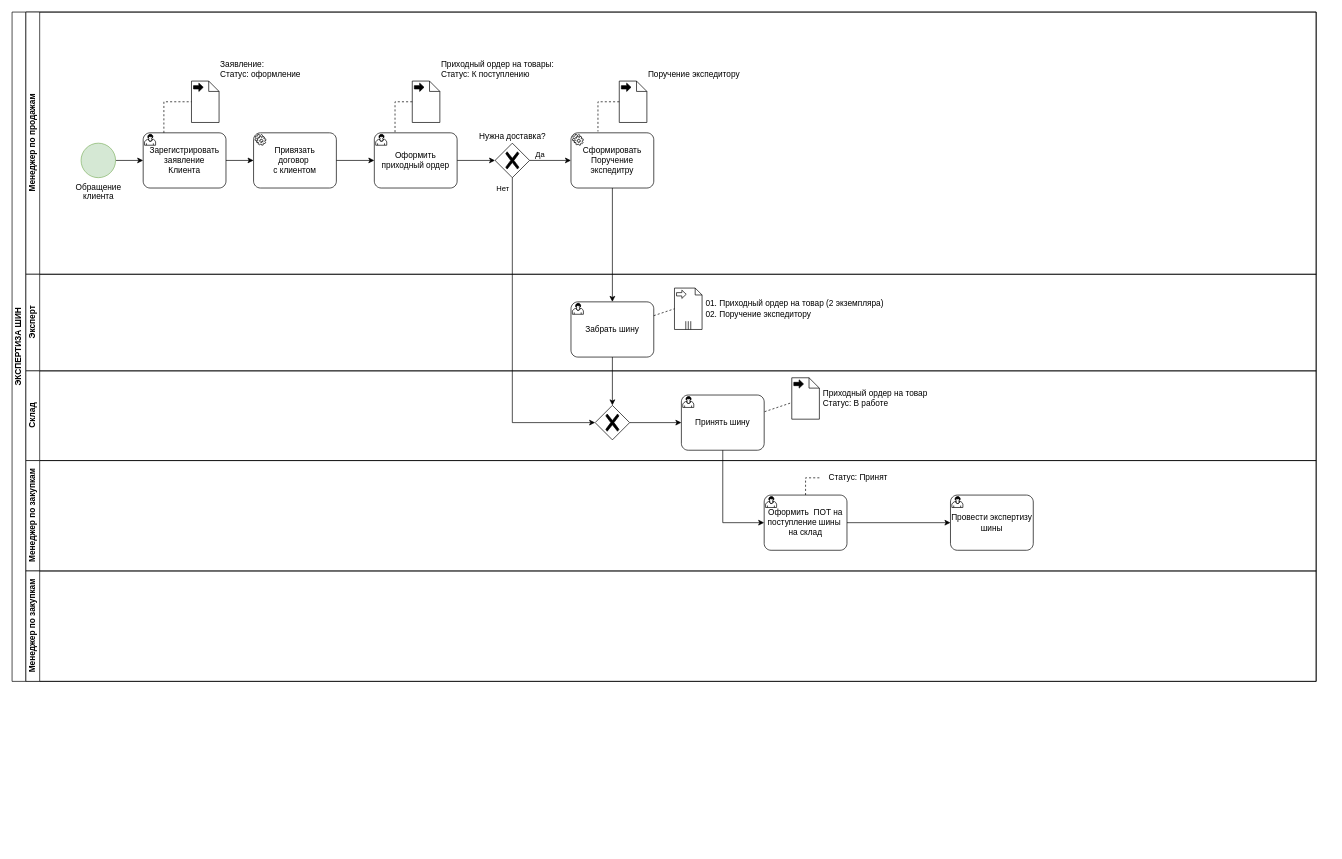
The draw.io diagram Экспертиза шин.drawio in OlegM161/draw, before the edit. Source tidied: cells renumbered, new cells numbered last; positions are measured from the earlier drawing's top-left corner, leaving out a move shared by most shapes. Both pictures are drawn from the tidied source at 69%, with x=0, y=0 at pixel (12, 12).
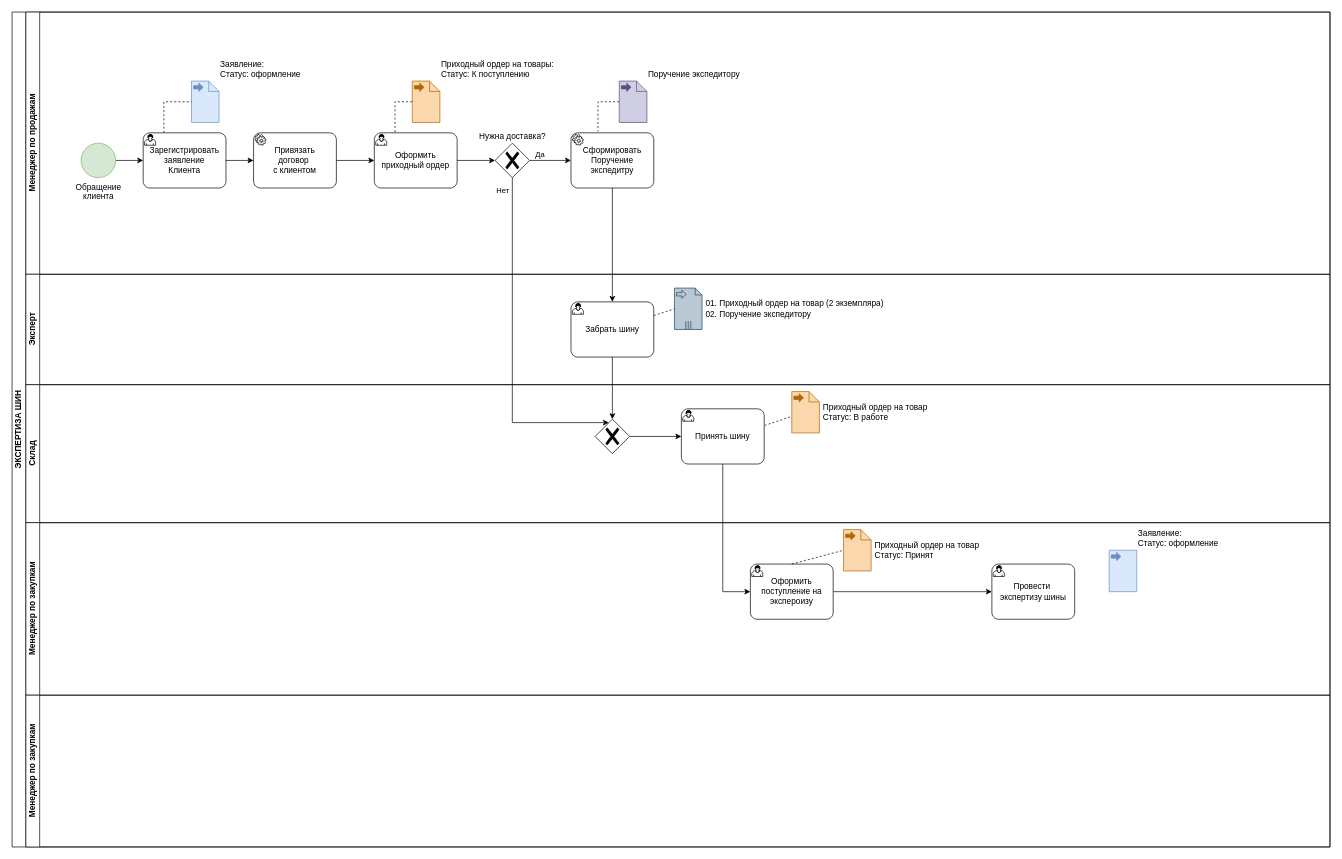
The same diagram, later.

Diff of the diagram source:
```diff
@@
     <mxCell id="2" value="ЭКСПЕРТИЗА ШИН" style="swimlane;html=1;horizontal=0;startSize=20;whiteSpace=wrap;" parent="1" vertex="1">
-      <mxGeometry width="1890" height="970" as="geometry" />
+      <mxGeometry width="1910" height="1210" as="geometry" />
     </mxCell>
     <mxCell id="3" value="Менеджер по продажам" style="swimlane;html=1;startSize=20;horizontal=0;" parent="2" vertex="1">
-      <mxGeometry x="20" width="1870" height="380" as="geometry" />
+      <mxGeometry x="20" width="1890" height="380" as="geometry" />
     </mxCell>
@@
-    <mxCell id="16" value="Заявление:&lt;div&gt;Статус: оформление&lt;/div&gt;" style="shape=mxgraph.bpmn.data;labelPosition=right;verticalLabelPosition=top;align=left;verticalAlign=bottom;size=15;html=1;bpmnTransferType=output;" parent="3" vertex="1">
+    <mxCell id="16" value="Заявление:&lt;div&gt;Статус: оформление&lt;/div&gt;" style="shape=mxgraph.bpmn.data;labelPosition=right;verticalLabelPosition=top;align=left;verticalAlign=bottom;size=15;html=1;bpmnTransferType=output;fillColor=#dae8fc;strokeColor=#6c8ebf;" parent="3" vertex="1">
       <mxGeometry x="240" y="100" width="40" height="60" as="geometry" />
     </mxCell>
@@
-    <mxCell id="18" value="Приходный ордер на товары:&lt;div&gt;Статус: К поступлению&lt;/div&gt;" style="shape=mxgraph.bpmn.data;labelPosition=right;verticalLabelPosition=top;align=left;verticalAlign=bottom;size=15;html=1;bpmnTransferType=output;" parent="3" vertex="1">
+    <mxCell id="18" value="Приходный ордер на товары:&lt;div&gt;Статус: К поступлению&lt;/div&gt;" style="shape=mxgraph.bpmn.data;labelPosition=right;verticalLabelPosition=top;align=left;verticalAlign=bottom;size=15;html=1;bpmnTransferType=output;fillColor=#fad7ac;strokeColor=#b46504;" parent="3" vertex="1">
       <mxGeometry x="560" y="100" width="40" height="60" as="geometry" />
     </mxCell>
@@
-    <mxCell id="20" value="Поручение экспедитору" style="shape=mxgraph.bpmn.data;labelPosition=right;verticalLabelPosition=top;align=left;verticalAlign=bottom;size=15;html=1;bpmnTransferType=output;" parent="3" vertex="1">
+    <mxCell id="20" value="Поручение экспедитору" style="shape=mxgraph.bpmn.data;labelPosition=right;verticalLabelPosition=top;align=left;verticalAlign=bottom;size=15;html=1;bpmnTransferType=output;fillColor=#d0cee2;strokeColor=#56517e;" parent="3" vertex="1">
       <mxGeometry x="860" y="100" width="40" height="60" as="geometry" />
     </mxCell>
@@
     <mxCell id="22" value="Эксперт" style="swimlane;html=1;startSize=20;horizontal=0;" parent="2" vertex="1">
-      <mxGeometry x="20" y="380" width="1870" height="140" as="geometry" />
+      <mxGeometry x="20" y="380" width="1890" height="160" as="geometry" />
     </mxCell>
@@
-    <mxCell id="24" value="&amp;nbsp;01. Приходный ордер на товар (2 экземпляра)&lt;div&gt;&amp;nbsp;02. Поручение экспедитору&lt;/div&gt;" style="shape=mxgraph.bpmn.data;labelPosition=right;verticalLabelPosition=middle;align=left;verticalAlign=middle;size=10;html=1;bpmnTransferType=input;isCollection=1;" parent="22" vertex="1">
+    <mxCell id="24" value="&amp;nbsp;01. Приходный ордер на товар (2 экземпляра)&lt;div&gt;&amp;nbsp;02. Поручение экспедитору&lt;/div&gt;" style="shape=mxgraph.bpmn.data;labelPosition=right;verticalLabelPosition=middle;align=left;verticalAlign=middle;size=10;html=1;bpmnTransferType=input;isCollection=1;fillColor=#bac8d3;strokeColor=#23445d;" parent="22" vertex="1">
       <mxGeometry x="940" y="20" width="40" height="60" as="geometry" />
     </mxCell>
@@
     <mxCell id="26" value="Склад" style="swimlane;html=1;startSize=20;horizontal=0;" parent="2" vertex="1">
-      <mxGeometry x="20" y="520" width="1870" height="130" as="geometry" />
+      <mxGeometry x="20" y="540" width="1890" height="200" as="geometry" />
     </mxCell>
@@
-    <mxCell id="31" value="&lt;span style=&quot;text-align: left;&quot;&gt;&amp;nbsp;Приходный ордер на товар&lt;/span&gt;&lt;div style=&quot;text-align: left;&quot;&gt;&amp;nbsp;Статус: В работе&lt;/div&gt;" style="shape=mxgraph.bpmn.data;labelPosition=right;verticalLabelPosition=middle;align=left;verticalAlign=middle;size=15;html=1;bpmnTransferType=output;" parent="26" vertex="1">
+    <mxCell id="31" value="&lt;span style=&quot;text-align: left;&quot;&gt;&amp;nbsp;Приходный ордер на товар&lt;/span&gt;&lt;div style=&quot;text-align: left;&quot;&gt;&amp;nbsp;Статус: В работе&lt;/div&gt;" style="shape=mxgraph.bpmn.data;labelPosition=right;verticalLabelPosition=middle;align=left;verticalAlign=middle;size=15;html=1;bpmnTransferType=output;fillColor=#fad7ac;strokeColor=#b46504;" parent="26" vertex="1">
       <mxGeometry x="1110" y="10" width="40" height="60" as="geometry" />
     </mxCell>
     <mxCell id="32" value="Менеджер по закупкам" style="swimlane;html=1;startSize=20;horizontal=0;" parent="2" vertex="1">
-      <mxGeometry x="20" y="650" width="1870" height="160" as="geometry" />
+      <mxGeometry x="20" y="740" width="1890" height="250" as="geometry" />
     </mxCell>
-    <mxCell id="33" style="edgeStyle=orthogonalEdgeStyle;rounded=0;jettySize=auto;html=1;entryX=0;entryY=0.5;entryDx=0;entryDy=0;dashed=1;endArrow=none;endFill=0;" parent="32" edge="1" source="35" target="36">
-      <mxGeometry relative="1" as="geometry" />
-    </mxCell>
@@
-    <mxCell id="35" value="Оформить&amp;nbsp; ПОТ на поступление шины&amp;nbsp; на склад" style="points=[[0.25,0,0],[0.5,0,0],[0.75,0,0],[1,0.25,0],[1,0.5,0],[1,0.75,0],[0.75,1,0],[0.5,1,0],[0.25,1,0],[0,0.75,0],[0,0.5,0],[0,0.25,0]];shape=mxgraph.bpmn.task;whiteSpace=wrap;rectStyle=rounded;size=10;html=1;taskMarker=user;" parent="32" vertex="1">
-      <mxGeometry x="1070" y="50" width="120" height="80" as="geometry" />
+    <mxCell id="35" value="Оформить поступление на экспероизу" style="points=[[0.25,0,0],[0.5,0,0],[0.75,0,0],[1,0.25,0],[1,0.5,0],[1,0.75,0],[0.75,1,0],[0.5,1,0],[0.25,1,0],[0,0.75,0],[0,0.5,0],[0,0.25,0]];shape=mxgraph.bpmn.task;whiteSpace=wrap;rectStyle=rounded;size=10;html=1;taskMarker=user;" parent="32" vertex="1">
+      <mxGeometry x="1050" y="60" width="120" height="80" as="geometry" />
     </mxCell>
-    <mxCell id="36" value="Статус:&amp;nbsp;Принят" style="text;html=1;strokeColor=none;fillColor=none;align=center;verticalAlign=middle;whiteSpace=wrap;rounded=0;" parent="32" vertex="1">
-      <mxGeometry x="1153" y="10" width="107" height="30" as="geometry" />
-    </mxCell>
-    <mxCell id="37" value="Провести экспертизу шины" style="points=[[0.25,0,0],[0.5,0,0],[0.75,0,0],[1,0.25,0],[1,0.5,0],[1,0.75,0],[0.75,1,0],[0.5,1,0],[0.25,1,0],[0,0.75,0],[0,0.5,0],[0,0.25,0]];shape=mxgraph.bpmn.task;whiteSpace=wrap;rectStyle=rounded;size=10;html=1;taskMarker=user;" parent="32" vertex="1">
-      <mxGeometry x="1340" y="50" width="120" height="80" as="geometry" />
+    <mxCell id="37" value="Провести&amp;nbsp;&lt;div&gt;экспертизу шины&lt;/div&gt;" style="points=[[0.25,0,0],[0.5,0,0],[0.75,0,0],[1,0.25,0],[1,0.5,0],[1,0.75,0],[0.75,1,0],[0.5,1,0],[0.25,1,0],[0,0.75,0],[0,0.5,0],[0,0.25,0]];shape=mxgraph.bpmn.task;whiteSpace=wrap;rectStyle=rounded;size=10;html=1;taskMarker=user;" parent="32" vertex="1">
+      <mxGeometry x="1400" y="60" width="120" height="80" as="geometry" />
     </mxCell>
+    <mxCell id="44" value="&lt;span style=&quot;text-align: left;&quot;&gt;&amp;nbsp;Приходный ордер на товар&lt;/span&gt;&lt;div style=&quot;text-align: left;&quot;&gt;&amp;nbsp;Статус: Принят&lt;/div&gt;" style="shape=mxgraph.bpmn.data;labelPosition=right;verticalLabelPosition=middle;align=left;verticalAlign=middle;size=15;html=1;bpmnTransferType=output;fillColor=#fad7ac;strokeColor=#b46504;" parent="32" vertex="1">
+      <mxGeometry x="1185" y="10" width="40" height="60" as="geometry" />
+    </mxCell>
+    <mxCell id="45" style="rounded=0;jettySize=auto;html=1;exitX=0.5;exitY=0;exitDx=0;exitDy=0;exitPerimeter=0;entryX=0;entryY=0.5;entryDx=0;entryDy=0;entryPerimeter=0;dashed=1;endArrow=none;endFill=0;" parent="32" edge="1" source="35" target="44">
+      <mxGeometry relative="1" as="geometry" />
+    </mxCell>
+    <mxCell id="46" value="Заявление:&lt;div&gt;Статус: оформление&lt;/div&gt;" style="shape=mxgraph.bpmn.data;labelPosition=right;verticalLabelPosition=top;align=left;verticalAlign=bottom;size=0;html=1;bpmnTransferType=output;fillColor=#dae8fc;strokeColor=#6c8ebf;" parent="32" vertex="1">
+      <mxGeometry x="1570" y="40" width="40" height="60" as="geometry" />
+    </mxCell>
     <mxCell id="38" value="Менеджер по закупкам" style="swimlane;html=1;startSize=20;horizontal=0;" parent="2" vertex="1">
-      <mxGeometry x="20" y="810" width="1870" height="160" as="geometry" />
+      <mxGeometry x="20" y="990" width="1890" height="220" as="geometry" />
     </mxCell>
```
